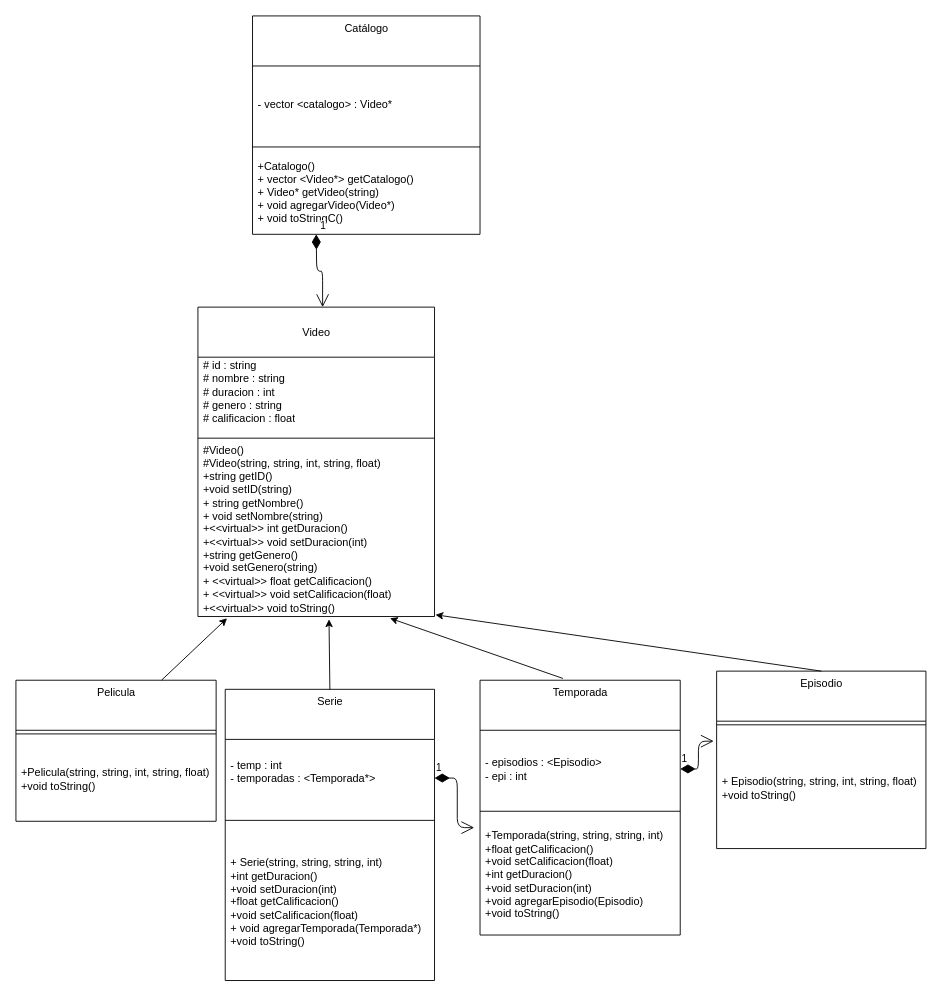
Above: uml.drawio in A01751711/ProyectoIntegrador (draw.io), before the change. Source tidied: cells renumbered, new cells numbered last; positions are measured from the earlier drawing's top-left corner, leaving out a move shared by most shapes. Both pictures are drawn from the tidied source at 91%, with x=0, y=0 at pixel (15, 15).
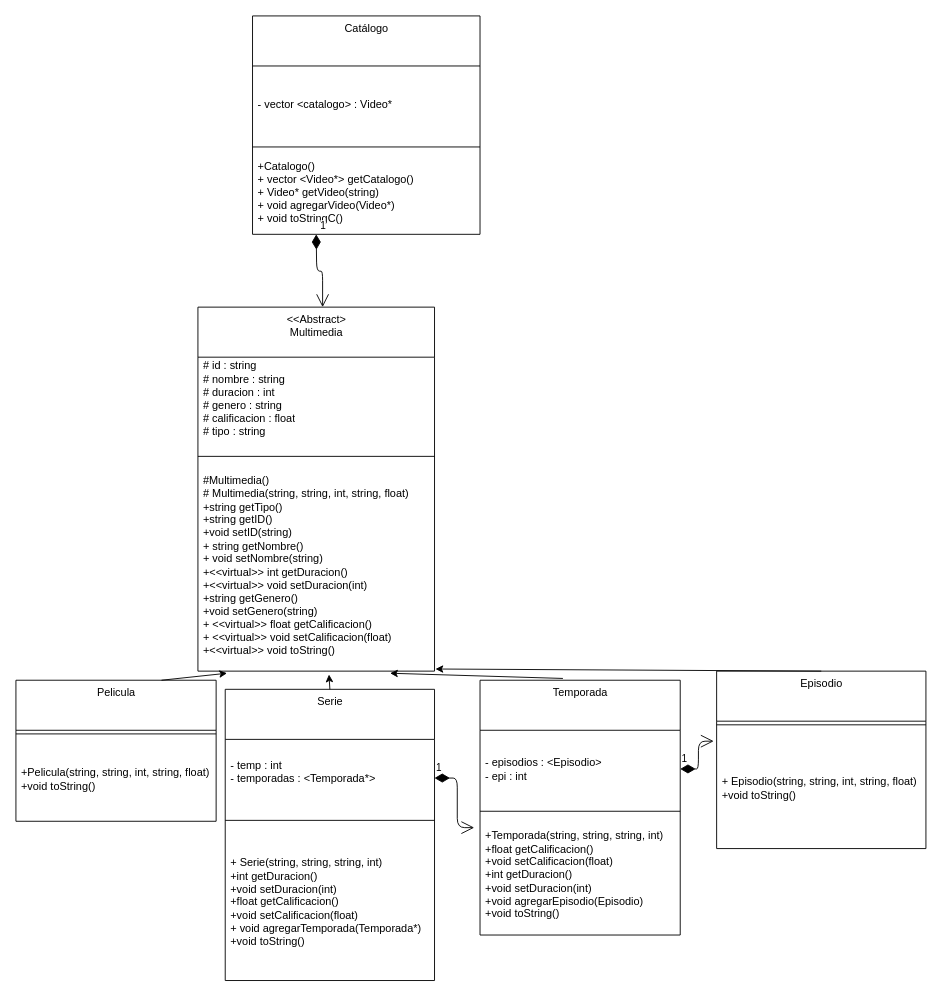
After the change.

The edit, as a diff of the source:
```diff
@@
-    <mxCell id="2" value="&lt;br&gt;Video" style="swimlane;fontStyle=0;align=center;verticalAlign=top;horizontal=1;startSize=55;html=1;" parent="1" vertex="1">
-      <mxGeometry x="200" y="320" width="260" height="340" as="geometry" />
+    <mxCell id="2" value="&amp;lt;&amp;lt;Abstract&amp;gt;&lt;br&gt;Multimedia" style="swimlane;fontStyle=0;align=center;verticalAlign=top;horizontal=1;startSize=55;html=1;" parent="1" vertex="1">
+      <mxGeometry x="200" y="320" width="260" height="400" as="geometry" />
     </mxCell>
-    <mxCell id="3" value="&lt;span style=&quot;&quot;&gt;# id : string&lt;/span&gt;&lt;br style=&quot;&quot;&gt;&lt;span style=&quot;&quot;&gt;# nombre : string&lt;/span&gt;&lt;br style=&quot;&quot;&gt;&lt;span style=&quot;&quot;&gt;# duracion : int&lt;/span&gt;&lt;br style=&quot;&quot;&gt;&lt;span style=&quot;&quot;&gt;# genero : string&lt;br&gt;# calificacion : float&lt;br&gt;&lt;br&gt;&lt;/span&gt;" style="text;html=1;strokeColor=none;fillColor=none;align=left;verticalAlign=middle;spacingLeft=4;spacingRight=4;overflow=hidden;" parent="2" vertex="1">
-      <mxGeometry y="55" width="260" height="85" as="geometry" />
+    <mxCell id="3" value="&lt;span style=&quot;&quot;&gt;# id : string&lt;/span&gt;&lt;br style=&quot;&quot;&gt;&lt;span style=&quot;&quot;&gt;# nombre : string&lt;/span&gt;&lt;br style=&quot;&quot;&gt;&lt;span style=&quot;&quot;&gt;# duracion : int&lt;/span&gt;&lt;br style=&quot;&quot;&gt;&lt;span style=&quot;&quot;&gt;# genero : string&lt;br&gt;# calificacion : float&lt;br&gt;# tipo : string&lt;br&gt;&lt;br&gt;&lt;/span&gt;" style="text;html=1;strokeColor=none;fillColor=none;align=left;verticalAlign=middle;spacingLeft=4;spacingRight=4;overflow=hidden;" parent="2" vertex="1">
+      <mxGeometry y="55" width="260" height="105" as="geometry" />
     </mxCell>
     <mxCell id="4" style="line;strokeWidth=1;fillColor=none;align=left;verticalAlign=middle;spacingTop=-1;spacingLeft=3;spacingRight=3;labelPosition=right;" parent="2" vertex="1">
-      <mxGeometry y="140" width="260" height="8" as="geometry" />
+      <mxGeometry y="160" width="260" height="8" as="geometry" />
     </mxCell>
-    <mxCell id="5" value="#Video()&lt;br&gt;#Video(string, string, int, string, float)&lt;br&gt;+string getID()&lt;br&gt;+void setID(string)&lt;br&gt;+ string getNombre()&lt;br&gt;+ void setNombre(string)&lt;br&gt;+&amp;lt;&amp;lt;virtual&amp;gt;&amp;gt; int getDuracion()&lt;br&gt;+&amp;lt;&amp;lt;virtual&amp;gt;&amp;gt; void setDuracion(int)&lt;br&gt;+string getGenero()&lt;br&gt;+void setGenero(string)&lt;br&gt;+ &amp;lt;&amp;lt;virtual&amp;gt;&amp;gt; float getCalificacion()&lt;br&gt;+ &amp;lt;&amp;lt;virtual&amp;gt;&amp;gt; void setCalificacion(float)&lt;br&gt;+&amp;lt;&amp;lt;virtual&amp;gt;&amp;gt; void toString()" style="text;html=1;strokeColor=none;fillColor=none;align=left;verticalAlign=middle;spacingLeft=4;spacingRight=4;overflow=hidden;points=[[0,0.5],[1,0.5]];portConstraint=eastwest;" parent="2" vertex="1">
-      <mxGeometry y="148" width="260" height="192" as="geometry" />
+    <mxCell id="5" value="#Multimedia()&lt;br&gt;# Multimedia(string, string, int, string, float)&lt;br&gt;+string getTipo()&lt;br&gt;+string getID()&lt;br&gt;+void setID(string)&lt;br&gt;+ string getNombre()&lt;br&gt;+ void setNombre(string)&lt;br&gt;+&amp;lt;&amp;lt;virtual&amp;gt;&amp;gt; int getDuracion()&lt;br&gt;+&amp;lt;&amp;lt;virtual&amp;gt;&amp;gt; void setDuracion(int)&lt;br&gt;+string getGenero()&lt;br&gt;+void setGenero(string)&lt;br&gt;+ &amp;lt;&amp;lt;virtual&amp;gt;&amp;gt; float getCalificacion()&lt;br&gt;+ &amp;lt;&amp;lt;virtual&amp;gt;&amp;gt; void setCalificacion(float)&lt;br&gt;+&amp;lt;&amp;lt;virtual&amp;gt;&amp;gt; void toString()" style="text;html=1;strokeColor=none;fillColor=none;align=left;verticalAlign=middle;spacingLeft=4;spacingRight=4;overflow=hidden;points=[[0,0.5],[1,0.5]];portConstraint=eastwest;" parent="2" vertex="1">
+      <mxGeometry y="168" width="260" height="232" as="geometry" />
     </mxCell>
```
